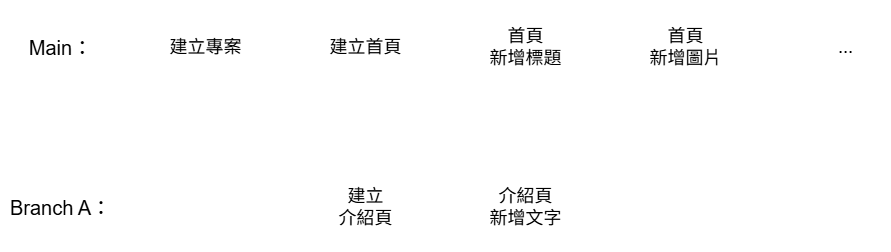
Before: images/parallel_seq.png, a diagram exported from draw.io (Li732375/git_note). Source tidied: cells renumbered, new cells last; positions are measured from the earlier drawing's top-left corner, leaving out a move shared by most shapes.
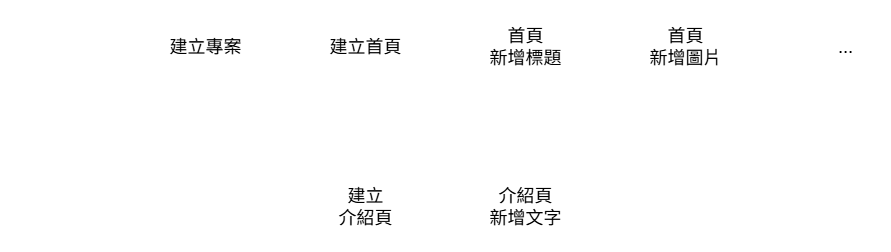
Above is the later version.

What changed in the source:
```diff
@@ -44,10 +44,10 @@
     <mxCell id="15" value="&lt;span style=&quot;font-size: 18px;&quot;&gt;...&lt;/span&gt;" style="ellipse;whiteSpace=wrap;html=1;fontFamily=Helvetica;fontSize=11;fontColor=default;labelBackgroundColor=default;strokeWidth=2;strokeColor=light-dark(#FFFFFF,#FFFFFF);" parent="1" vertex="1">
       <mxGeometry x="800" width="90" height="90" as="geometry" />
     </mxCell>
-    <mxCell id="16" value="&lt;font style=&quot;font-size: 20px;&quot;&gt;Main：&lt;/font&gt;" style="text;html=1;align=center;verticalAlign=middle;whiteSpace=wrap;rounded=0;fontFamily=Helvetica;fontSize=11;fontColor=default;labelBackgroundColor=default;" parent="1" vertex="1">
+    <mxCell id="16" value="&lt;font style=&quot;font-size: 20px;&quot;&gt;Main：&lt;/font&gt;" style="text;html=1;align=center;verticalAlign=middle;whiteSpace=wrap;rounded=0;fontFamily=Helvetica;fontSize=11;fontColor=light-dark(#FFFFFF,#FFFFFF);labelBackgroundColor=none;" parent="1" vertex="1">
       <mxGeometry x="30" y="30" width="60" height="30" as="geometry" />
     </mxCell>
-    <mxCell id="17" value="&lt;font style=&quot;font-size: 20px;&quot;&gt;Branch A：&lt;/font&gt;" style="text;html=1;align=center;verticalAlign=middle;whiteSpace=wrap;rounded=0;fontFamily=Helvetica;fontSize=11;fontColor=default;labelBackgroundColor=default;" parent="1" vertex="1">
+    <mxCell id="17" value="&lt;font style=&quot;font-size: 20px;&quot;&gt;Branch A：&lt;/font&gt;" style="text;html=1;align=center;verticalAlign=middle;whiteSpace=wrap;rounded=0;fontFamily=Helvetica;fontSize=11;fontColor=light-dark(#FFFFFF,#FFFFFF);labelBackgroundColor=none;" parent="1" vertex="1">
       <mxGeometry y="190" width="120" height="30" as="geometry" />
     </mxCell>
   </root>
```
